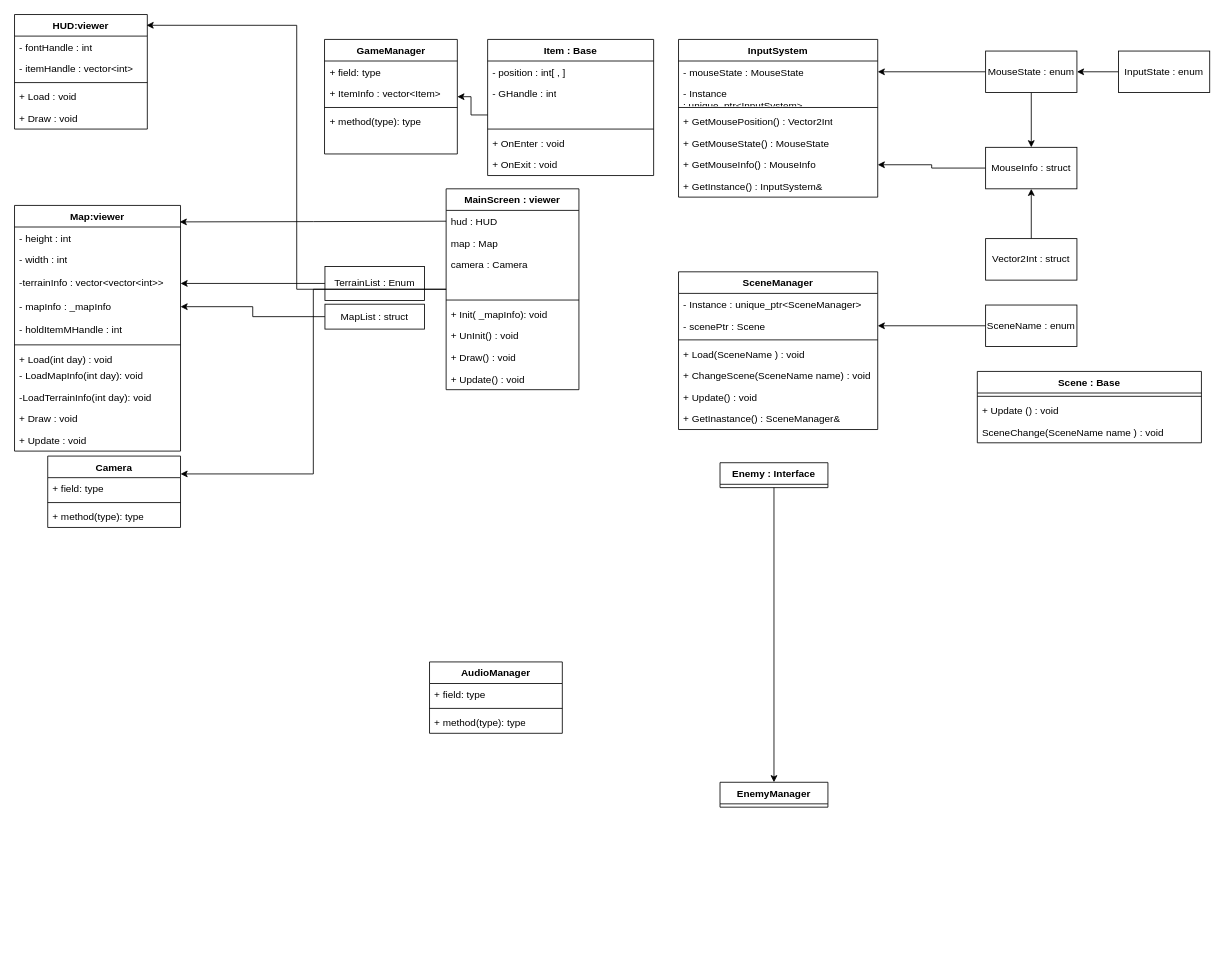
The draw.io diagram PP2nd_ClassUML.drawio in tky2302126/PP2nd, before the edit. Source tidied: cells renumbered, new cells numbered last; positions are measured from the earlier drawing's top-left corner, leaving out a move shared by most shapes. Both pictures are drawn from the tidied source at 83%, with x=0, y=0 at pixel (14, 14).
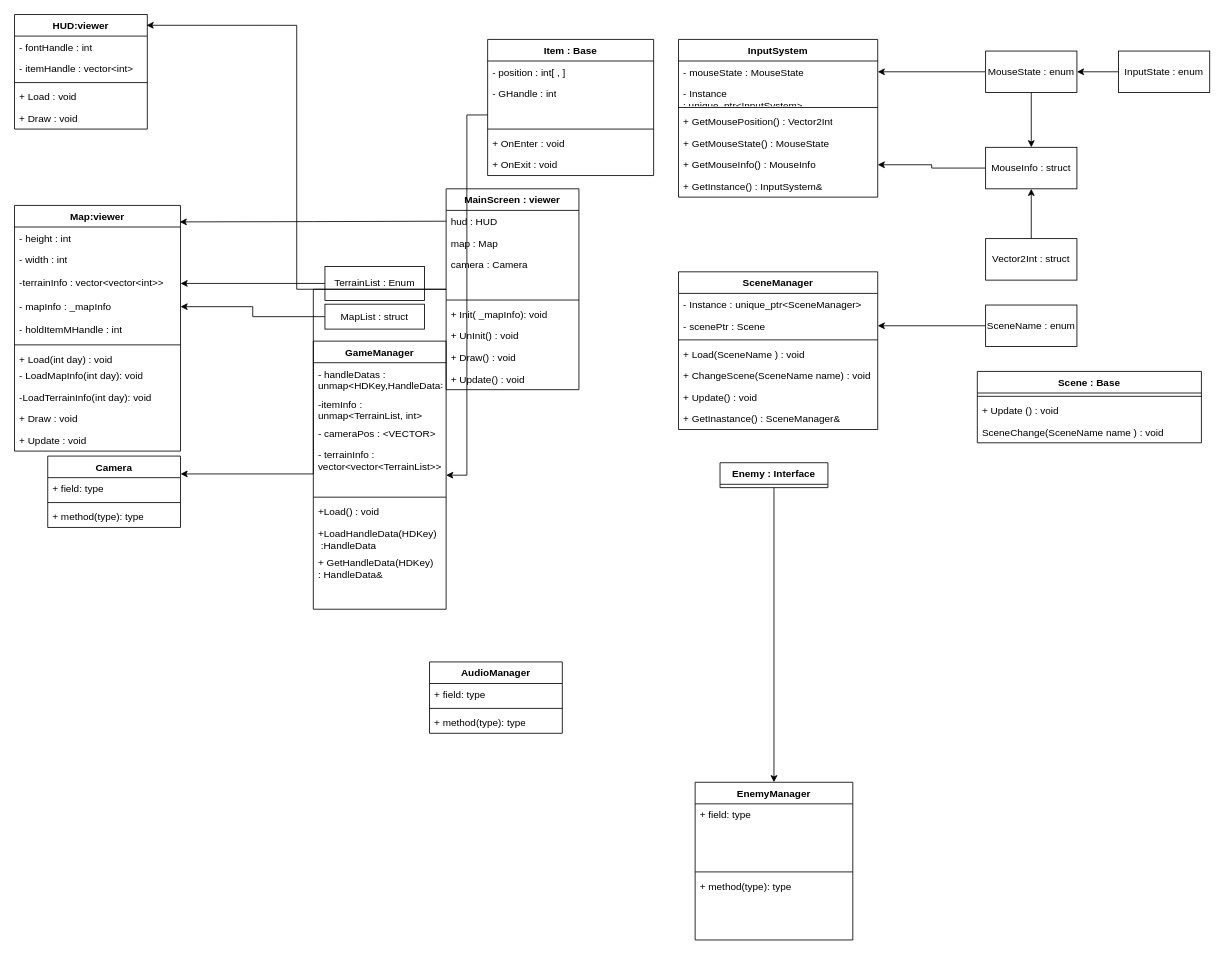
The same page after the edit.

Diff of the diagram source:
```diff
@@
-    <mxCell id="26" value="EnemyManager" style="swimlane;fontStyle=1;align=center;verticalAlign=top;horizontal=1;startSize=26;whiteSpace=wrap;html=1;" parent="1" vertex="1" collapsed="1">
-      <mxGeometry x="850" y="925" width="130" height="30" as="geometry" />
+    <mxCell id="26" value="EnemyManager" style="swimlane;fontStyle=1;align=center;verticalAlign=top;horizontal=1;startSize=26;whiteSpace=wrap;html=1;" parent="1" vertex="1">
+      <mxGeometry x="820" y="925" width="190" height="190" as="geometry" />
     </mxCell>
+    <mxCell id="93" value="+ field: type" style="text;strokeColor=none;fillColor=none;align=left;verticalAlign=top;spacingLeft=4;spacingRight=4;overflow=hidden;whiteSpace=wrap;html=1;" parent="26" vertex="1">
+      <mxGeometry y="26" width="190" height="26" as="geometry" />
+    </mxCell>
+    <mxCell id="94" style="text;strokeColor=none;fillColor=none;align=left;verticalAlign=top;spacingLeft=4;spacingRight=4;overflow=hidden;whiteSpace=wrap;html=1;" parent="26" vertex="1">
+      <mxGeometry y="52" width="190" height="26" as="geometry" />
+    </mxCell>
+    <mxCell id="95" style="text;strokeColor=none;fillColor=none;align=left;verticalAlign=top;spacingLeft=4;spacingRight=4;overflow=hidden;whiteSpace=wrap;html=1;" parent="26" vertex="1">
+      <mxGeometry y="78" width="190" height="26" as="geometry" />
+    </mxCell>
+    <mxCell id="96" style="line;strokeWidth=1;fillColor=none;align=left;verticalAlign=middle;spacingTop=-1;spacingLeft=3;spacingRight=3;labelPosition=right;strokeColor=inherit;" parent="26" vertex="1">
+      <mxGeometry y="104" width="190" height="8" as="geometry" />
+    </mxCell>
+    <mxCell id="97" value="+ method(type): type" style="text;strokeColor=none;fillColor=none;align=left;verticalAlign=top;spacingLeft=4;spacingRight=4;overflow=hidden;whiteSpace=wrap;html=1;" parent="26" vertex="1">
+      <mxGeometry y="112" width="190" height="26" as="geometry" />
+    </mxCell>
+    <mxCell id="98" style="text;strokeColor=none;fillColor=none;align=left;verticalAlign=top;spacingLeft=4;spacingRight=4;overflow=hidden;whiteSpace=wrap;html=1;" parent="26" vertex="1">
+      <mxGeometry y="138" width="190" height="26" as="geometry" />
+    </mxCell>
+    <mxCell id="99" style="text;strokeColor=none;fillColor=none;align=left;verticalAlign=top;spacingLeft=4;spacingRight=4;overflow=hidden;whiteSpace=wrap;html=1;" parent="26" vertex="1">
+      <mxGeometry y="164" width="190" height="26" as="geometry" />
+    </mxCell>
@@
     <mxCell id="46" value="GameManager" style="swimlane;fontStyle=1;align=center;verticalAlign=top;horizontal=1;startSize=26;whiteSpace=wrap;html=1;" parent="1" vertex="1">
-      <mxGeometry x="373.5" y="30" width="160" height="138" as="geometry" />
+      <mxGeometry x="360" y="393.5" width="160" height="323" as="geometry" />
     </mxCell>
-    <mxCell id="47" value="+ field: type" style="text;strokeColor=none;fillColor=none;align=left;verticalAlign=top;spacingLeft=4;spacingRight=4;overflow=hidden;whiteSpace=wrap;html=1;" parent="46" vertex="1">
-      <mxGeometry y="26" width="160" height="26" as="geometry" />
+    <mxCell id="47" value="- handleDatas : unmap&amp;lt;HDKey,HandleData&amp;gt;" style="text;strokeColor=none;fillColor=none;align=left;verticalAlign=top;spacingLeft=4;spacingRight=4;overflow=hidden;whiteSpace=wrap;html=1;" parent="46" vertex="1">
+      <mxGeometry y="26" width="160" height="36" as="geometry" />
     </mxCell>
-    <mxCell id="48" value="+ ItemInfo : vector&amp;lt;Item&amp;gt;" style="text;strokeColor=none;fillColor=none;align=left;verticalAlign=top;spacingLeft=4;spacingRight=4;overflow=hidden;whiteSpace=wrap;html=1;" parent="46" vertex="1">
-      <mxGeometry y="52" width="160" height="26" as="geometry" />
+    <mxCell id="48" value="-itemInfo : unmap&amp;lt;TerrainList, int&amp;gt;" style="text;strokeColor=none;fillColor=none;align=left;verticalAlign=top;spacingLeft=4;spacingRight=4;overflow=hidden;whiteSpace=wrap;html=1;" parent="46" vertex="1">
+      <mxGeometry y="62" width="160" height="35" as="geometry" />
     </mxCell>
+    <mxCell id="100" value="- cameraPos : &amp;lt;VECTOR&amp;gt;" style="text;strokeColor=none;fillColor=none;align=left;verticalAlign=top;spacingLeft=4;spacingRight=4;overflow=hidden;whiteSpace=wrap;html=1;" parent="46" vertex="1">
+      <mxGeometry y="97" width="160" height="26" as="geometry" />
+    </mxCell>
+    <mxCell id="101" value="- terrainInfo : vector&amp;lt;vector&amp;lt;TerrainList&amp;gt;&amp;gt;" style="text;strokeColor=none;fillColor=none;align=left;verticalAlign=top;spacingLeft=4;spacingRight=4;overflow=hidden;whiteSpace=wrap;html=1;" parent="46" vertex="1">
+      <mxGeometry y="123" width="160" height="35" as="geometry" />
+    </mxCell>
+    <mxCell id="102" style="text;strokeColor=none;fillColor=none;align=left;verticalAlign=top;spacingLeft=4;spacingRight=4;overflow=hidden;whiteSpace=wrap;html=1;" parent="46" vertex="1">
+      <mxGeometry y="158" width="160" height="26" as="geometry" />
+    </mxCell>
     <mxCell id="49" style="line;strokeWidth=1;fillColor=none;align=left;verticalAlign=middle;spacingTop=-1;spacingLeft=3;spacingRight=3;labelPosition=right;strokeColor=inherit;" parent="46" vertex="1">
-      <mxGeometry y="78" width="160" height="8" as="geometry" />
+      <mxGeometry y="184" width="160" height="8" as="geometry" />
     </mxCell>
-    <mxCell id="50" value="+ method(type): type" style="text;strokeColor=none;fillColor=none;align=left;verticalAlign=top;spacingLeft=4;spacingRight=4;overflow=hidden;whiteSpace=wrap;html=1;" parent="46" vertex="1">
-      <mxGeometry y="86" width="160" height="26" as="geometry" />
+    <mxCell id="50" value="+Load() : void" style="text;strokeColor=none;fillColor=none;align=left;verticalAlign=top;spacingLeft=4;spacingRight=4;overflow=hidden;whiteSpace=wrap;html=1;" parent="46" vertex="1">
+      <mxGeometry y="192" width="160" height="26" as="geometry" />
     </mxCell>
-    <mxCell id="51" style="text;strokeColor=none;fillColor=none;align=left;verticalAlign=top;spacingLeft=4;spacingRight=4;overflow=hidden;whiteSpace=wrap;html=1;" parent="46" vertex="1">
-      <mxGeometry y="112" width="160" height="26" as="geometry" />
+    <mxCell id="51" value="+LoadHandleData(HDKey)&lt;div&gt;&amp;nbsp;:HandleData&lt;/div&gt;" style="text;strokeColor=none;fillColor=none;align=left;verticalAlign=top;spacingLeft=4;spacingRight=4;overflow=hidden;whiteSpace=wrap;html=1;" parent="46" vertex="1">
+      <mxGeometry y="218" width="160" height="35" as="geometry" />
     </mxCell>
+    <mxCell id="103" value="+ GetHandleData(HDKey)&amp;nbsp;&lt;div&gt;: HandleData&amp;amp;&lt;div&gt;&lt;br&gt;&lt;/div&gt;&lt;/div&gt;" style="text;strokeColor=none;fillColor=none;align=left;verticalAlign=top;spacingLeft=4;spacingRight=4;overflow=hidden;whiteSpace=wrap;html=1;" parent="46" vertex="1">
+      <mxGeometry y="253" width="160" height="35" as="geometry" />
+    </mxCell>
+    <mxCell id="104" style="text;strokeColor=none;fillColor=none;align=left;verticalAlign=top;spacingLeft=4;spacingRight=4;overflow=hidden;whiteSpace=wrap;html=1;" parent="46" vertex="1">
+      <mxGeometry y="288" width="160" height="35" as="geometry" />
+    </mxCell>
```
